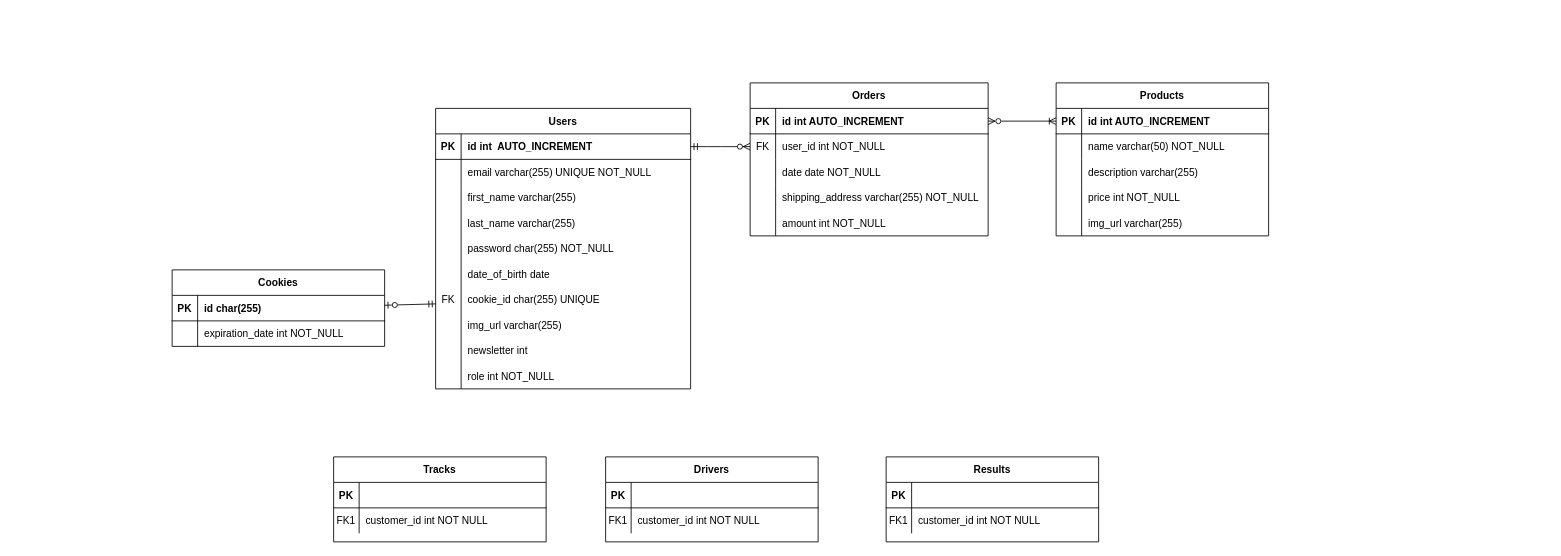
Before: ER.drawio in f1saw/f1_project, a draw.io diagram. Source tidied: cells renumbered, new cells numbered last; positions are measured from the earlier drawing's top-left corner, leaving out a move shared by most shapes. Both pictures are drawn from the tidied source at 85%, with x=0, y=0 at pixel (172, 82).
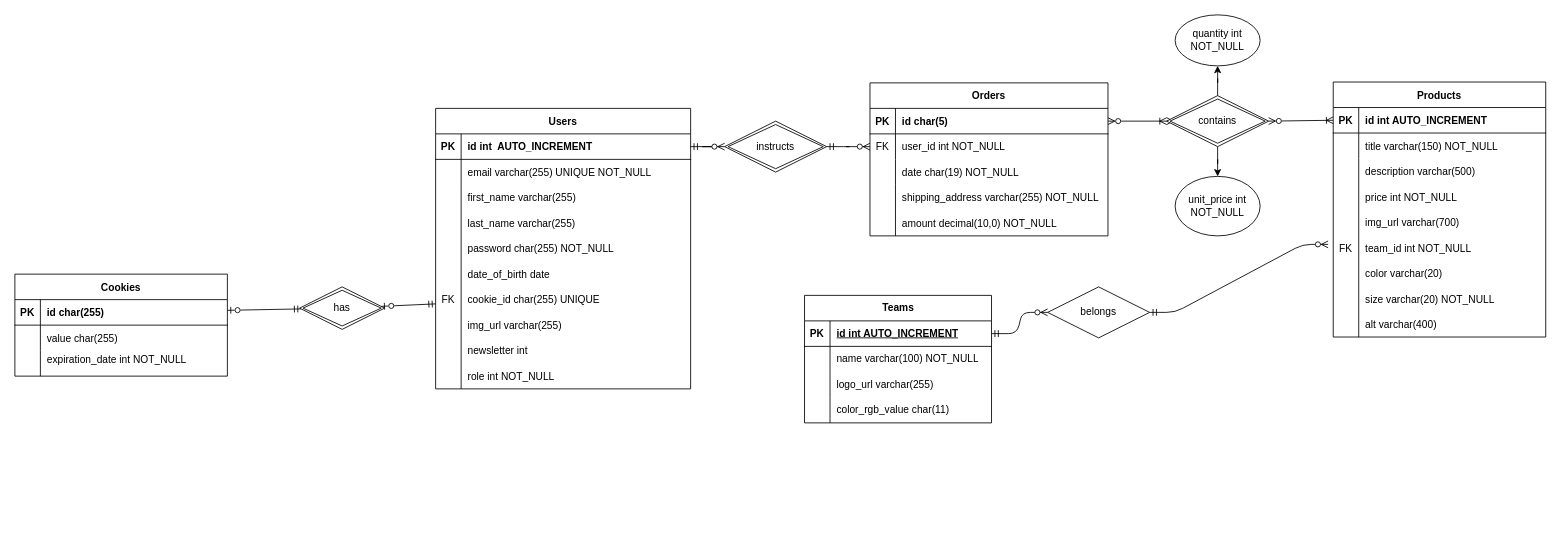
The same diagram, later.

Unchanged cells that the change refers to:
```xml
<mxCell id="4" style="shape=partialRectangle;fillColor=none;points=[[0,0.5],[1,0.5]];portConstraint=eastwest;top=0;left=0;right=0;bottom=1;" parent="3" vertex="1">
  <mxGeometry y="30" width="280" height="30" as="geometry" />
</mxCell>
<mxCell id="7" style="shape=partialRectangle;fillColor=none;points=[[0,0.5],[1,0.5]];portConstraint=eastwest;top=0;left=0;right=0;bottom=0;" parent="3" vertex="1">
  <mxGeometry y="60" width="280" height="30" as="geometry" />
</mxCell>
<mxCell id="14" style="shape=partialRectangle;fillColor=none;points=[[0,0.5],[1,0.5]];portConstraint=eastwest;top=0;left=0;right=0;bottom=1;" parent="13" vertex="1">
  <mxGeometry y="30" width="300" height="30" as="geometry" />
</mxCell>
<mxCell id="23" style="shape=partialRectangle;fillColor=none;points=[[0,0.5],[1,0.5]];portConstraint=eastwest;top=0;left=0;right=0;bottom=1;" parent="22" vertex="1">
  <mxGeometry y="30" width="250" height="30" as="geometry" />
</mxCell>
<mxCell id="58" style="shape=partialRectangle;fillColor=none;points=[[0,0.5],[1,0.5]];portConstraint=eastwest;top=0;left=0;right=0;bottom=1;" parent="57" vertex="1">
  <mxGeometry y="30" width="250" height="30" as="geometry" />
</mxCell>
<mxCell id="61" style="shape=partialRectangle;fillColor=none;top=0;left=0;right=0;bottom=0;" parent="57" vertex="1">
  <mxGeometry y="60" width="250" height="30" as="geometry" />
</mxCell>
```

The edit, as a diff of the source:
```diff
@@
-    <mxCell id="2" style="edgeStyle=entityRelationEdgeStyle;endArrow=ERzeroToMany;startArrow=ERmandOne;endFill=1;startFill=0;" parent="1" edge="1" source="14" target="7">
+    <mxCell id="2" style="edgeStyle=entityRelationEdgeStyle;endArrow=ERzeroToMany;startArrow=ERmandOne;endFill=1;startFill=0;" parent="1" edge="1" source="103" target="7">
       <mxGeometry relative="1" as="geometry" />
     </mxCell>
     <mxCell id="3" value="Orders" style="shape=table;startSize=30;childLayout=tableLayout;rowLines=0;fontStyle=1;align=center;" parent="1" vertex="1">
-      <mxGeometry x="680" width="280" height="180" as="geometry" />
+      <mxGeometry x="821" width="280" height="180" as="geometry" />
     </mxCell>
@@
-    <mxCell id="6" value="id int AUTO_INCREMENT" style="shape=partialRectangle;overflow=hidden;fillColor=none;top=0;left=0;bottom=0;right=0;align=left;spacingLeft=6;fontStyle=1;" parent="4" vertex="1">
+    <mxCell id="6" value="id char(5)" style="shape=partialRectangle;overflow=hidden;fillColor=none;top=0;left=0;bottom=0;right=0;align=left;spacingLeft=6;fontStyle=1;" parent="4" vertex="1">
       <mxGeometry x="30" width="250" height="30" as="geometry" />
     </mxCell>
@@
     <mxCell id="22" value="Products" style="shape=table;startSize=30;childLayout=tableLayout;rowLines=0;fontStyle=1;align=center;" parent="1" vertex="1">
-      <mxGeometry x="1040" width="250" height="180" as="geometry" />
+      <mxGeometry x="1366" y="-1" width="250" height="300" as="geometry" />
     </mxCell>
@@
-    <mxCell id="32" value="Tracks" style="shape=table;startSize=30;childLayout=tableLayout;rowLines=0;fontStyle=1;align=center;" parent="1" vertex="1">
-      <mxGeometry x="190" y="440" width="250" height="100" as="geometry" />
-    </mxCell>
-    <mxCell id="33" style="shape=partialRectangle;fillColor=none;top=0;left=0;right=0;bottom=1;" parent="32" vertex="1">
-      <mxGeometry y="30" width="250" height="30" as="geometry" />
-    </mxCell>
-    <mxCell id="34" value="PK" style="shape=partialRectangle;overflow=hidden;fillColor=none;top=0;left=0;bottom=0;right=0;fontStyle=1;" parent="33" vertex="1">
-      <mxGeometry width="30" height="30" as="geometry" />
-    </mxCell>
-    <mxCell id="35" style="shape=partialRectangle;overflow=hidden;fillColor=none;top=0;left=0;bottom=0;right=0;align=left;spacingLeft=6;fontStyle=5;" parent="33" vertex="1">
-      <mxGeometry x="30" width="220" height="30" as="geometry" />
-    </mxCell>
-    <mxCell id="36" style="shape=partialRectangle;fillColor=none;top=0;left=0;right=0;bottom=0;" parent="32" vertex="1">
-      <mxGeometry y="60" width="250" height="30" as="geometry" />
-    </mxCell>
-    <mxCell id="37" value="FK1" style="shape=partialRectangle;overflow=hidden;fillColor=none;top=0;left=0;bottom=0;right=0;" parent="36" vertex="1">
-      <mxGeometry width="30" height="30" as="geometry" />
-    </mxCell>
-    <mxCell id="38" value="customer_id int NOT NULL" style="shape=partialRectangle;overflow=hidden;fillColor=none;top=0;left=0;bottom=0;right=0;align=left;spacingLeft=6;" parent="36" vertex="1">
-      <mxGeometry x="30" width="220" height="30" as="geometry" />
-    </mxCell>
-    <mxCell id="39" value="Drivers" style="shape=table;startSize=30;childLayout=tableLayout;rowLines=0;fontStyle=1;align=center;" parent="1" vertex="1">
-      <mxGeometry x="510" y="440" width="250" height="100" as="geometry" />
-    </mxCell>
-    <mxCell id="40" style="shape=partialRectangle;fillColor=none;top=0;left=0;right=0;bottom=1;" parent="39" vertex="1">
-      <mxGeometry y="30" width="250" height="30" as="geometry" />
-    </mxCell>
-    <mxCell id="41" value="PK" style="shape=partialRectangle;overflow=hidden;fillColor=none;top=0;left=0;bottom=0;right=0;fontStyle=1;" parent="40" vertex="1">
-      <mxGeometry width="30" height="30" as="geometry" />
-    </mxCell>
-    <mxCell id="42" style="shape=partialRectangle;overflow=hidden;fillColor=none;top=0;left=0;bottom=0;right=0;align=left;spacingLeft=6;fontStyle=5;" parent="40" vertex="1">
-      <mxGeometry x="30" width="220" height="30" as="geometry" />
-    </mxCell>
-    <mxCell id="43" style="shape=partialRectangle;fillColor=none;top=0;left=0;right=0;bottom=0;" parent="39" vertex="1">
-      <mxGeometry y="60" width="250" height="30" as="geometry" />
-    </mxCell>
-    <mxCell id="44" value="FK1" style="shape=partialRectangle;overflow=hidden;fillColor=none;top=0;left=0;bottom=0;right=0;" parent="43" vertex="1">
-      <mxGeometry width="30" height="30" as="geometry" />
-    </mxCell>
-    <mxCell id="45" value="customer_id int NOT NULL" style="shape=partialRectangle;overflow=hidden;fillColor=none;top=0;left=0;bottom=0;right=0;align=left;spacingLeft=6;" parent="43" vertex="1">
-      <mxGeometry x="30" width="220" height="30" as="geometry" />
-    </mxCell>
-    <mxCell id="46" value="Results" style="shape=table;startSize=30;childLayout=tableLayout;rowLines=0;fontStyle=1;align=center;" parent="1" vertex="1">
-      <mxGeometry x="840" y="440" width="250" height="100" as="geometry" />
-    </mxCell>
-    <mxCell id="47" style="shape=partialRectangle;fillColor=none;top=0;left=0;right=0;bottom=1;" parent="46" vertex="1">
-      <mxGeometry y="30" width="250" height="30" as="geometry" />
-    </mxCell>
-    <mxCell id="48" value="PK" style="shape=partialRectangle;overflow=hidden;fillColor=none;top=0;left=0;bottom=0;right=0;fontStyle=1;" parent="47" vertex="1">
-      <mxGeometry width="30" height="30" as="geometry" />
-    </mxCell>
-    <mxCell id="49" style="shape=partialRectangle;overflow=hidden;fillColor=none;top=0;left=0;bottom=0;right=0;align=left;spacingLeft=6;fontStyle=5;" parent="47" vertex="1">
-      <mxGeometry x="30" width="220" height="30" as="geometry" />
-    </mxCell>
-    <mxCell id="50" style="shape=partialRectangle;fillColor=none;top=0;left=0;right=0;bottom=0;" parent="46" vertex="1">
-      <mxGeometry y="60" width="250" height="30" as="geometry" />
-    </mxCell>
-    <mxCell id="51" value="FK1" style="shape=partialRectangle;overflow=hidden;fillColor=none;top=0;left=0;bottom=0;right=0;" parent="50" vertex="1">
-      <mxGeometry width="30" height="30" as="geometry" />
-    </mxCell>
-    <mxCell id="52" value="customer_id int NOT NULL" style="shape=partialRectangle;overflow=hidden;fillColor=none;top=0;left=0;bottom=0;right=0;align=left;spacingLeft=6;" parent="50" vertex="1">
-      <mxGeometry x="30" width="220" height="30" as="geometry" />
-    </mxCell>
@@
     <mxCell id="57" value="Cookies" style="shape=table;startSize=30;childLayout=tableLayout;rowLines=0;fontStyle=1;align=center;" parent="1" vertex="1">
-      <mxGeometry y="220" width="250" height="90" as="geometry" />
+      <mxGeometry x="-185" y="225" width="250" height="120" as="geometry" />
     </mxCell>
@@
-    <mxCell id="63" value="expiration_date int NOT_NULL" style="shape=partialRectangle;overflow=hidden;fillColor=none;top=0;left=0;bottom=0;right=0;align=left;spacingLeft=6;" parent="61" vertex="1">
+    <mxCell id="63" value="value char(255)" style="shape=partialRectangle;overflow=hidden;fillColor=none;top=0;left=0;bottom=0;right=0;align=left;spacingLeft=6;" parent="61" vertex="1">
       <mxGeometry x="30" width="220" height="30" as="geometry" />
     </mxCell>
-    <mxCell id="64" style="endArrow=ERmandOne;html=1;rounded=0;startArrow=ERzeroToOne;startFill=0;endFill=0;" parent="1" edge="1" source="58">
+    <mxCell id="64" style="endArrow=ERmandOne;html=1;rounded=0;startArrow=ERzeroToOne;startFill=0;endFill=0;" parent="1" edge="1" source="101">
       <mxGeometry relative="1" as="geometry">
         <mxPoint x="310" y="260" as="targetPoint" />
       </mxGeometry>
     </mxCell>
@@
-    <mxCell id="67" value="date date NOT_NULL" style="shape=partialRectangle;overflow=hidden;fillColor=none;top=0;left=0;bottom=0;right=0;align=left;spacingLeft=6;" parent="1" vertex="1">
-      <mxGeometry x="710" y="90" width="220" height="30" as="geometry" />
+    <mxCell id="67" value="date char(19) NOT_NULL" style="shape=partialRectangle;overflow=hidden;fillColor=none;top=0;left=0;bottom=0;right=0;align=left;spacingLeft=6;" parent="1" vertex="1">
+      <mxGeometry x="851" y="90" width="220" height="30" as="geometry" />
     </mxCell>
-    <mxCell id="68" style="endArrow=ERzeroToMany;html=1;rounded=0;entryX=1;entryY=0.5;entryDx=0;entryDy=0;exitX=0;exitY=0.5;exitDx=0;exitDy=0;startArrow=ERoneToMany;startFill=0;endFill=0;" parent="1" edge="1" source="23" target="4">
+    <mxCell id="68" style="endArrow=ERzeroToMany;html=1;rounded=0;entryX=1;entryY=0.5;entryDx=0;entryDy=0;exitX=0;exitY=0.5;exitDx=0;exitDy=0;startArrow=ERoneToMany;startFill=0;endFill=0;" parent="1" edge="1" source="109" target="4">
       <mxGeometry relative="1" as="geometry" />
     </mxCell>
     <mxCell id="69" value="shipping_address varchar(255) NOT_NULL" style="shape=partialRectangle;overflow=hidden;fillColor=none;top=0;left=0;bottom=0;right=0;align=left;spacingLeft=6;" parent="1" vertex="1">
-      <mxGeometry x="710" y="120" width="250" height="30" as="geometry" />
+      <mxGeometry x="851" y="120" width="250" height="30" as="geometry" />
     </mxCell>
     <mxCell id="70" style="endArrow=none;html=1;rounded=0;" parent="1" edge="1">
       <mxGeometry relative="1" as="geometry">
-        <mxPoint x="710" y="180" as="sourcePoint" />
-        <mxPoint x="710" y="120" as="targetPoint" />
+        <mxPoint x="851" y="180" as="sourcePoint" />
+        <mxPoint x="851" y="120" as="targetPoint" />
       </mxGeometry>
     </mxCell>
@@
-    <mxCell id="72" value="amount int NOT_NULL" style="shape=partialRectangle;overflow=hidden;fillColor=none;top=0;left=0;bottom=0;right=0;align=left;spacingLeft=6;" parent="1" vertex="1">
-      <mxGeometry x="710" y="150" width="250" height="30" as="geometry" />
+    <mxCell id="72" value="amount decimal(10,0) NOT_NULL" style="shape=partialRectangle;overflow=hidden;fillColor=none;top=0;left=0;bottom=0;right=0;align=left;spacingLeft=6;" parent="1" vertex="1">
+      <mxGeometry x="851" y="150" width="250" height="30" as="geometry" />
     </mxCell>
-    <mxCell id="73" value="name varchar(50) NOT_NULL" style="shape=partialRectangle;overflow=hidden;fillColor=none;top=0;left=0;bottom=0;right=0;align=left;spacingLeft=6;" parent="1" vertex="1">
-      <mxGeometry x="1070" y="60" width="220" height="30" as="geometry" />
+    <mxCell id="73" value="title varchar(150) NOT_NULL" style="shape=partialRectangle;overflow=hidden;fillColor=none;top=0;left=0;bottom=0;right=0;align=left;spacingLeft=6;" parent="1" vertex="1">
+      <mxGeometry x="1396" y="59" width="220" height="30" as="geometry" />
     </mxCell>
-    <mxCell id="74" value="description varchar(255) " style="shape=partialRectangle;overflow=hidden;fillColor=none;top=0;left=0;bottom=0;right=0;align=left;spacingLeft=6;" parent="1" vertex="1">
-      <mxGeometry x="1070" y="90" width="220" height="30" as="geometry" />
+    <mxCell id="74" value="description varchar(500) " style="shape=partialRectangle;overflow=hidden;fillColor=none;top=0;left=0;bottom=0;right=0;align=left;spacingLeft=6;" parent="1" vertex="1">
+      <mxGeometry x="1396" y="89" width="220" height="30" as="geometry" />
     </mxCell>
     <mxCell id="75" value="price int NOT_NULL" style="shape=partialRectangle;overflow=hidden;fillColor=none;top=0;left=0;bottom=0;right=0;align=left;spacingLeft=6;" parent="1" vertex="1">
-      <mxGeometry x="1070" y="120" width="220" height="30" as="geometry" />
+      <mxGeometry x="1396" y="119" width="220" height="30" as="geometry" />
     </mxCell>
-    <mxCell id="76" value="img_url varchar(255) " style="shape=partialRectangle;overflow=hidden;fillColor=none;top=0;left=0;bottom=0;right=0;align=left;spacingLeft=6;" parent="1" vertex="1">
-      <mxGeometry x="1070" y="150" width="220" height="30" as="geometry" />
+    <mxCell id="76" value="img_url varchar(700) " style="shape=partialRectangle;overflow=hidden;fillColor=none;top=0;left=0;bottom=0;right=0;align=left;spacingLeft=6;" parent="1" vertex="1">
+      <mxGeometry x="1396" y="149" width="220" height="30" as="geometry" />
     </mxCell>
     <mxCell id="77" style="endArrow=none;html=1;rounded=0;" parent="1" edge="1">
       <mxGeometry relative="1" as="geometry">
-        <mxPoint x="1070" y="180" as="sourcePoint" />
-        <mxPoint x="1070" y="120" as="targetPoint" />
+        <mxPoint x="1396" y="299" as="sourcePoint" />
+        <mxPoint x="1396" y="119" as="targetPoint" />
       </mxGeometry>
     </mxCell>
@@
+    <mxCell id="79" value="expiration_date int NOT_NULL" style="shape=partialRectangle;overflow=hidden;fillColor=none;top=0;left=0;bottom=0;right=0;align=left;spacingLeft=6;" parent="1" vertex="1">
+      <mxGeometry x="-155" y="310" width="220" height="30" as="geometry" />
+    </mxCell>
+    <mxCell id="80" style="endArrow=none;html=1;rounded=0;" parent="1" edge="1">
+      <mxGeometry relative="1" as="geometry">
+        <mxPoint x="-155" y="345" as="sourcePoint" />
+        <mxPoint x="-155" y="315" as="targetPoint" />
+      </mxGeometry>
+    </mxCell>
+    <mxCell id="81" value="team_id int NOT_NULL" style="shape=partialRectangle;overflow=hidden;fillColor=none;top=0;left=0;bottom=0;right=0;align=left;spacingLeft=6;" parent="1" vertex="1">
+      <mxGeometry x="1396" y="179" width="220" height="30" as="geometry" />
+    </mxCell>
+    <mxCell id="82" value="FK" style="shape=partialRectangle;overflow=hidden;fillColor=none;top=0;left=0;bottom=0;right=0;" parent="1" vertex="1">
+      <mxGeometry x="1366" y="179" width="30" height="30" as="geometry" />
+    </mxCell>
+    <mxCell id="83" value="color varchar(20)" style="shape=partialRectangle;overflow=hidden;fillColor=none;top=0;left=0;bottom=0;right=0;align=left;spacingLeft=6;" parent="1" vertex="1">
+      <mxGeometry x="1396" y="209" width="220" height="30" as="geometry" />
+    </mxCell>
+    <mxCell id="84" value="size varchar(20) NOT_NULL" style="shape=partialRectangle;overflow=hidden;fillColor=none;top=0;left=0;bottom=0;right=0;align=left;spacingLeft=6;" parent="1" vertex="1">
+      <mxGeometry x="1396" y="239" width="220" height="30" as="geometry" />
+    </mxCell>
+    <mxCell id="85" value="alt varchar(400)" style="shape=partialRectangle;overflow=hidden;fillColor=none;top=0;left=0;bottom=0;right=0;align=left;spacingLeft=6;" parent="1" vertex="1">
+      <mxGeometry x="1396" y="269" width="220" height="30" as="geometry" />
+    </mxCell>
+    <mxCell id="86" value="Teams" style="shape=table;startSize=30;childLayout=tableLayout;rowLines=0;fontStyle=1;align=center;html=1;" parent="1" vertex="1">
+      <mxGeometry x="744" y="250" width="220" height="150" as="geometry" />
+    </mxCell>
+    <mxCell id="87" style="shape=tableRow;horizontal=0;startSize=0;swimlaneHead=0;swimlaneBody=0;fillColor=none;points=[[0,0.5],[1,0.5]];portConstraint=eastwest;top=0;left=0;right=0;bottom=1;" parent="86" vertex="1">
+      <mxGeometry y="30" width="220" height="30" as="geometry" />
+    </mxCell>
+    <mxCell id="88" value="PK" style="shape=partialRectangle;fillColor=none;top=0;left=0;bottom=0;right=0;fontStyle=1;overflow=hidden;whiteSpace=wrap;html=1;" parent="87" vertex="1">
+      <mxGeometry width="30" height="30" as="geometry" />
+    </mxCell>
+    <mxCell id="89" value="id int AUTO_INCREMENT" style="shape=partialRectangle;fillColor=none;top=0;left=0;bottom=0;right=0;align=left;spacingLeft=6;fontStyle=5;overflow=hidden;whiteSpace=wrap;html=1;" parent="87" vertex="1">
+      <mxGeometry x="30" width="190" height="30" as="geometry" />
+    </mxCell>
+    <mxCell id="90" style="shape=tableRow;horizontal=0;startSize=0;swimlaneHead=0;swimlaneBody=0;fillColor=none;top=0;left=0;right=0;bottom=0;" parent="86" vertex="1">
+      <mxGeometry y="60" width="220" height="30" as="geometry" />
+    </mxCell>
+    <mxCell id="91" style="shape=partialRectangle;fillColor=none;top=0;left=0;bottom=0;right=0;overflow=hidden;whiteSpace=wrap;html=1;" parent="90" vertex="1">
+      <mxGeometry width="30" height="30" as="geometry" />
+    </mxCell>
+    <mxCell id="92" value="name varchar(100) NOT_NULL" style="shape=partialRectangle;fillColor=none;top=0;left=0;bottom=0;right=0;align=left;spacingLeft=6;overflow=hidden;whiteSpace=wrap;html=1;" parent="90" vertex="1">
+      <mxGeometry x="30" width="190" height="30" as="geometry" />
+    </mxCell>
+    <mxCell id="93" style="shape=tableRow;horizontal=0;startSize=0;swimlaneHead=0;swimlaneBody=0;fillColor=none;top=0;left=0;right=0;bottom=0;" parent="86" vertex="1">
+      <mxGeometry y="90" width="220" height="30" as="geometry" />
+    </mxCell>
+    <mxCell id="94" style="shape=partialRectangle;fillColor=none;top=0;left=0;bottom=0;right=0;overflow=hidden;whiteSpace=wrap;html=1;" parent="93" vertex="1">
+      <mxGeometry width="30" height="30" as="geometry" />
+    </mxCell>
+    <mxCell id="95" value="logo_url varchar(255)" style="shape=partialRectangle;fillColor=none;top=0;left=0;bottom=0;right=0;align=left;spacingLeft=6;overflow=hidden;whiteSpace=wrap;html=1;" parent="93" vertex="1">
+      <mxGeometry x="30" width="190" height="30" as="geometry" />
+    </mxCell>
+    <mxCell id="96" style="shape=tableRow;horizontal=0;startSize=0;swimlaneHead=0;swimlaneBody=0;fillColor=none;top=0;left=0;right=0;bottom=0;" parent="86" vertex="1">
+      <mxGeometry y="120" width="220" height="30" as="geometry" />
+    </mxCell>
+    <mxCell id="97" style="shape=partialRectangle;fillColor=none;top=0;left=0;bottom=0;right=0;overflow=hidden;whiteSpace=wrap;html=1;" parent="96" vertex="1">
+      <mxGeometry width="30" height="30" as="geometry" />
+    </mxCell>
+    <mxCell id="98" value="color_rgb_value char(11)" style="shape=partialRectangle;fillColor=none;top=0;left=0;bottom=0;right=0;align=left;spacingLeft=6;overflow=hidden;whiteSpace=wrap;html=1;" parent="96" vertex="1">
+      <mxGeometry x="30" width="190" height="30" as="geometry" />
+    </mxCell>
+    <mxCell id="99" style="edgeStyle=entityRelationEdgeStyle;endArrow=ERzeroToMany;startArrow=ERmandOne;endFill=1;startFill=0;exitX=1;exitY=0.5;exitDx=0;exitDy=0;" parent="1" edge="1" source="105">
+      <mxGeometry relative="1" as="geometry">
+        <mxPoint x="1360" y="190" as="targetPoint" />
+        <Array as="points">
+          <mxPoint x="1071" y="349.5" />
+          <mxPoint x="1250" y="200" />
+          <mxPoint x="1181" y="190" />
+          <mxPoint x="1081" y="339.5" />
+        </Array>
+      </mxGeometry>
+    </mxCell>
+    <mxCell id="100" style="endArrow=ERmandOne;html=1;rounded=0;startArrow=ERzeroToOne;startFill=0;endFill=0;" parent="1" edge="1" source="58" target="101">
+      <mxGeometry relative="1" as="geometry" />
+    </mxCell>
+    <mxCell id="101" value="has" style="shape=rhombus;double=1;perimeter=rhombusPerimeter;whiteSpace=wrap;html=1;align=center;" parent="1" vertex="1">
+      <mxGeometry x="150" y="240" width="100" height="50" as="geometry" />
+    </mxCell>
+    <mxCell id="102" style="edgeStyle=entityRelationEdgeStyle;endArrow=ERzeroToMany;startArrow=ERmandOne;endFill=1;startFill=0;" parent="1" edge="1" source="14" target="103">
+      <mxGeometry relative="1" as="geometry" />
+    </mxCell>
+    <mxCell id="103" value="instructs" style="shape=rhombus;double=1;perimeter=rhombusPerimeter;whiteSpace=wrap;html=1;align=center;" parent="1" vertex="1">
+      <mxGeometry x="650" y="45" width="120" height="60" as="geometry" />
+    </mxCell>
+    <mxCell id="104" style="edgeStyle=entityRelationEdgeStyle;endArrow=ERzeroToMany;startArrow=ERmandOne;endFill=1;startFill=0;exitX=1;exitY=0.5;exitDx=0;exitDy=0;" parent="1" edge="1" source="87" target="105">
+      <mxGeometry relative="1" as="geometry" />
+    </mxCell>
+    <mxCell id="105" value="belongs" style="shape=rhombus;perimeter=rhombusPerimeter;whiteSpace=wrap;html=1;align=center;" parent="1" vertex="1">
+      <mxGeometry x="1030" y="240" width="120" height="60" as="geometry" />
+    </mxCell>
+    <mxCell id="106" style="endArrow=ERzeroToMany;html=1;rounded=0;entryX=1;entryY=0.5;entryDx=0;entryDy=0;exitX=0;exitY=0.5;exitDx=0;exitDy=0;startArrow=ERoneToMany;startFill=0;endFill=0;" parent="1" edge="1" source="109">
+      <mxGeometry relative="1" as="geometry">
+        <mxPoint x="1241" y="45" as="targetPoint" />
+      </mxGeometry>
+    </mxCell>
+    <mxCell id="107" style="endArrow=ERzeroToMany;html=1;rounded=0;entryX=1;entryY=0.5;entryDx=0;entryDy=0;exitX=0;exitY=0.5;exitDx=0;exitDy=0;startArrow=ERoneToMany;startFill=0;endFill=0;" parent="1" edge="1" source="23" target="109">
+      <mxGeometry relative="1" as="geometry" />
+    </mxCell>
+    <mxCell id="108" style="edgeStyle=orthogonalEdgeStyle;rounded=0;jettySize=auto;html=1;" parent="1" edge="1" source="109" target="112">
+      <mxGeometry relative="1" as="geometry" />
+    </mxCell>
+    <mxCell id="109" value="contains" style="shape=rhombus;double=1;perimeter=rhombusPerimeter;whiteSpace=wrap;html=1;align=center;" parent="1" vertex="1">
+      <mxGeometry x="1170" y="15" width="120" height="60" as="geometry" />
+    </mxCell>
+    <mxCell id="110" value="quantity int NOT_NULL" style="ellipse;whiteSpace=wrap;html=1;align=center;" parent="1" vertex="1">
+      <mxGeometry x="1180" y="-80" width="100" height="60" as="geometry" />
+    </mxCell>
+    <mxCell id="111" style="edgeStyle=orthogonalEdgeStyle;rounded=0;jettySize=auto;html=1;entryX=0.5;entryY=1;entryDx=0;entryDy=0;" parent="1" edge="1" source="109" target="110">
+      <mxGeometry relative="1" as="geometry" />
+    </mxCell>
+    <mxCell id="112" value="unit_price int NOT_NULL" style="ellipse;whiteSpace=wrap;html=1;align=center;" parent="1" vertex="1">
+      <mxGeometry x="1180" y="110" width="100" height="70" as="geometry" />
+    </mxCell>
```
